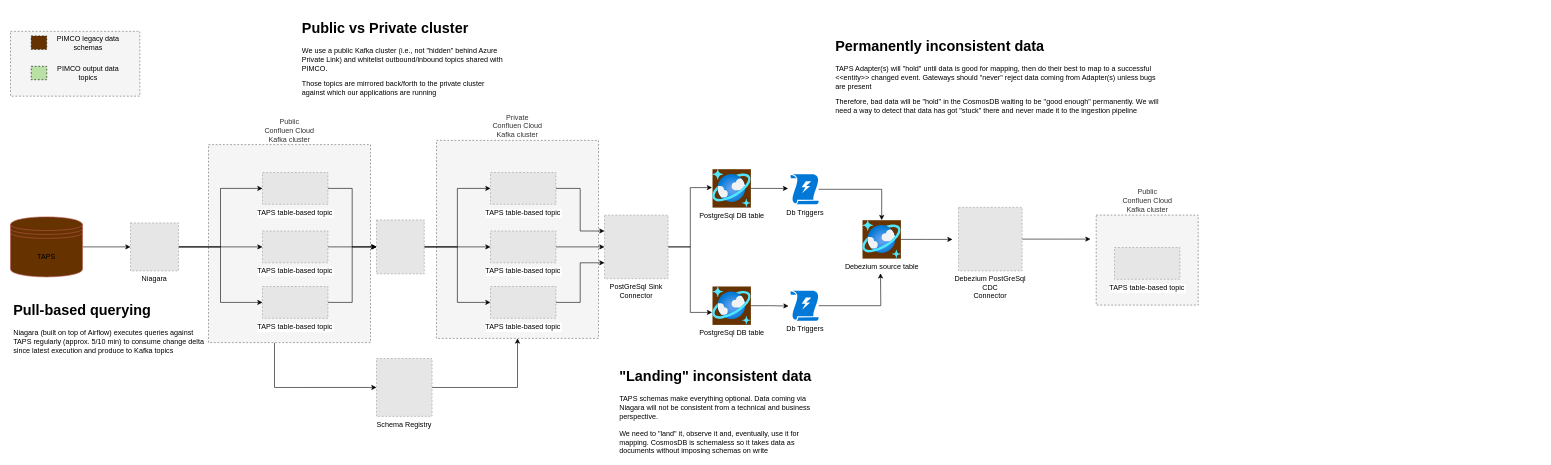
Above: Sec master.drawio in namanchopra21087/design-documents (draw.io), before the change. Source tidied: cells renumbered, new cells numbered last; positions are measured from the earlier drawing's top-left corner, leaving out a move shared by most shapes. Both pictures are drawn from the tidied source at 60%, with x=0, y=0 at pixel (10, 16). Pictures stored in the file or linked from it are replaced by grey dashed boxes.
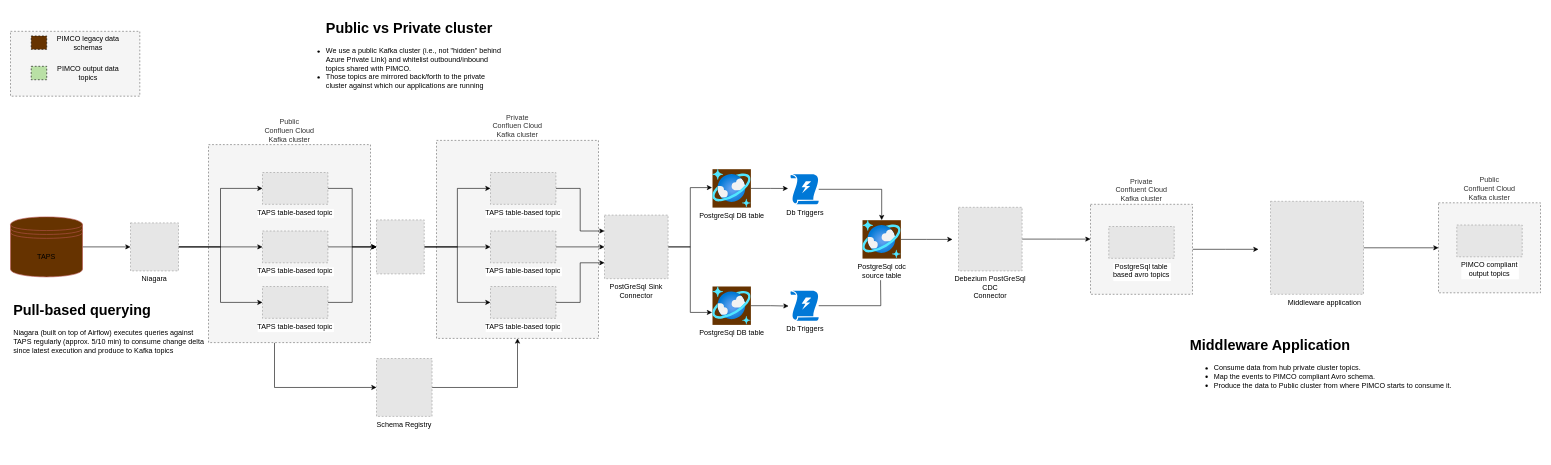
Above is the later version.

Diff of the diagram source:
```diff
@@
-    <mxCell id="32" value="&lt;h1&gt;&quot;Landing&quot; inconsistent data&lt;/h1&gt;&lt;p&gt;TAPS schemas make everything optional. Data coming via Niagara will not be consistent from a technical and business perspective.&lt;br&gt;&lt;br&gt;We need to &quot;land&quot; it, observe it and, eventually, use it for mapping. CosmosDB is schemaless so it takes data as documents without imposing schemas on write&lt;/p&gt;" style="text;html=1;strokeColor=none;fillColor=none;spacing=5;spacingTop=-20;whiteSpace=wrap;overflow=hidden;rounded=0;" parent="1" vertex="1">
-      <mxGeometry x="1010" y="580" width="350" height="150" as="geometry" />
-    </mxCell>
-    <mxCell id="33" value="&lt;h1&gt;Permanently inconsistent data&lt;/h1&gt;&lt;p&gt;TAPS Adapter(s) will &quot;hold&quot; until data is good for mapping, then do their best to map to a successful &amp;lt;&amp;lt;entity&amp;gt;&amp;gt; changed event. Gateways should &quot;never&quot; reject data coming from Adapter(s) unless bugs are present&lt;br&gt;&lt;/p&gt;&lt;p&gt;Therefore, bad data will be &quot;hold&quot; in the CosmosDB waiting to be &quot;good enough&quot; permanently. We will need a way to detect that data has got &quot;stuck&quot; there and never made it to the ingestion pipeline&lt;/p&gt;&lt;p&gt;&lt;br&gt;&lt;/p&gt;" style="text;html=1;strokeColor=none;fillColor=none;spacing=5;spacingTop=-20;whiteSpace=wrap;overflow=hidden;rounded=0;" parent="1" vertex="1">
-      <mxGeometry x="1370" y="30" width="550" height="150" as="geometry" />
+    <mxCell id="33" value="&lt;h1&gt;Middleware Application&lt;/h1&gt;&lt;p&gt;&lt;/p&gt;&lt;ul&gt;&lt;li&gt;Consume data from hub private cluster topics.&lt;/li&gt;&lt;li&gt;Map the events to PIMCO compliant Avro schema.&lt;/li&gt;&lt;li&gt;Produce the data to Public cluster from where PIMCO starts to consume it.&lt;/li&gt;&lt;/ul&gt;&lt;p&gt;&lt;/p&gt;&lt;p&gt;&lt;br&gt;&lt;/p&gt;" style="text;html=1;strokeColor=none;fillColor=none;spacing=5;spacingTop=-20;whiteSpace=wrap;overflow=hidden;rounded=0;" parent="1" vertex="1">
+      <mxGeometry x="1960.5" y="528" width="450" height="114.5" as="geometry" />
     </mxCell>
@@
-    <mxCell id="46" value="&lt;h1&gt;Public vs Private cluster&lt;/h1&gt;&lt;p&gt;We use a public Kafka cluster (i.e., not &quot;hidden&quot; behind Azure Private Link) and whitelist outbound/inbound topics shared with PIMCO.&lt;/p&gt;&lt;p&gt;Those topics are mirrored back/forth to the private cluster against which our applications are running&lt;/p&gt;" style="text;html=1;strokeColor=none;fillColor=none;spacing=5;spacingTop=-20;whiteSpace=wrap;overflow=hidden;rounded=0;" parent="1" vertex="1">
+    <mxCell id="46" value="&lt;h1&gt;&amp;nbsp; &amp;nbsp; &amp;nbsp; Public vs Private cluster&lt;/h1&gt;&lt;p&gt;&lt;/p&gt;&lt;ul&gt;&lt;li&gt;We use a public Kafka cluster (i.e., not &quot;hidden&quot; behind Azure Private Link) and whitelist outbound/inbound topics shared with PIMCO.&lt;/li&gt;&lt;li&gt;Those topics are mirrored back/forth to the private cluster against which our applications are running&lt;/li&gt;&lt;/ul&gt;&lt;p&gt;&lt;/p&gt;" style="text;html=1;strokeColor=none;fillColor=none;spacing=5;spacingTop=-20;whiteSpace=wrap;overflow=hidden;rounded=0;" parent="1" vertex="1">
       <mxGeometry x="481.3" width="350" height="150" as="geometry" />
     </mxCell>
@@
-    <mxCell id="52" value="Debezium source table" style="html=1;points=[];align=center;image;fontSize=12;image=img/lib/azure2/databases/Azure_Cosmos_DB.svg;imageBackground=#663300;" parent="1" vertex="1">
+    <mxCell id="52" value="PostgreSql cdc &lt;br&gt;source table" style="html=1;points=[];align=center;image;fontSize=12;image=img/lib/azure2/databases/Azure_Cosmos_DB.svg;imageBackground=#663300;" parent="1" vertex="1">
       <mxGeometry x="1420" y="339.5" width="64" height="64" as="geometry" />
     </mxCell>
@@
-    <mxCell id="55" value="Public&lt;br&gt;Confluen Cloud&lt;br&gt;Kafka cluster" style="rounded=0;whiteSpace=wrap;html=1;dashed=1;fillColor=#f5f5f5;fontColor=#333333;strokeColor=#666666;labelPosition=center;verticalLabelPosition=top;align=center;verticalAlign=bottom;" parent="1" vertex="1">
-      <mxGeometry x="1809.5" y="331" width="170" height="150" as="geometry" />
+    <mxCell id="55" value="Public&lt;br&gt;Confluent Cloud&lt;br&gt;Kafka cluster" style="rounded=0;whiteSpace=wrap;html=1;dashed=1;fillColor=#f5f5f5;fontColor=#333333;strokeColor=#666666;labelPosition=center;verticalLabelPosition=top;align=center;verticalAlign=bottom;" parent="1" vertex="1">
+      <mxGeometry x="2380" y="310.5" width="170" height="150" as="geometry" />
     </mxCell>
-    <mxCell id="56" value="TAPS table-based topic" style="fillColor=#E6E6E6;strokeColor=#999999;dashed=1;verticalLabelPosition=bottom;labelBackgroundColor=#ffffff;verticalAlign=top;" parent="1" vertex="1">
-      <mxGeometry x="1840" y="385" width="109" height="53" as="geometry" />
+    <mxCell id="56" value="PIMCO compliant &#10;output topics" style="fillColor=#E6E6E6;strokeColor=#999999;dashed=1;verticalLabelPosition=bottom;labelBackgroundColor=#ffffff;verticalAlign=top;" parent="1" vertex="1">
+      <mxGeometry x="2410.5" y="347.5" width="109" height="53" as="geometry" />
     </mxCell>
+    <mxCell id="57" style="edgeStyle=orthogonalEdgeStyle;rounded=0;jettySize=auto;html=1;" parent="1" edge="1" source="58">
+      <mxGeometry relative="1" as="geometry">
+        <mxPoint x="2080" y="388" as="targetPoint" />
+      </mxGeometry>
+    </mxCell>
+    <mxCell id="58" value="Private&lt;br&gt;Confluent Cloud&lt;br&gt;Kafka cluster" style="rounded=0;whiteSpace=wrap;html=1;dashed=1;fillColor=#f5f5f5;fontColor=#333333;strokeColor=#666666;labelPosition=center;verticalLabelPosition=top;align=center;verticalAlign=bottom;" parent="1" vertex="1">
+      <mxGeometry x="1800" y="313" width="170" height="150" as="geometry" />
+    </mxCell>
+    <mxCell id="59" value="PostgreSql table&#10;based avro topics" style="fillColor=#E6E6E6;strokeColor=#999999;dashed=1;verticalLabelPosition=bottom;labelBackgroundColor=#ffffff;verticalAlign=top;" parent="1" vertex="1">
+      <mxGeometry x="1830.5" y="350" width="109" height="53" as="geometry" />
+    </mxCell>
+    <mxCell id="60" style="edgeStyle=orthogonalEdgeStyle;rounded=0;jettySize=auto;html=1;entryX=0;entryY=0.5;entryDx=0;entryDy=0;" parent="1" edge="1" source="61" target="55">
+      <mxGeometry relative="1" as="geometry" />
+    </mxCell>
+    <mxCell id="61" value="&amp;nbsp; &amp;nbsp; &amp;nbsp; &amp;nbsp;Middleware application" style="fillColor=#E6E6E6;strokeColor=#999999;dashed=1;html=1;verticalAlign=top;verticalLabelPosition=bottom;labelBackgroundColor=#ffffff;" parent="1" vertex="1">
+      <mxGeometry x="2100" y="308" width="155" height="155" as="geometry" />
+    </mxCell>
```
